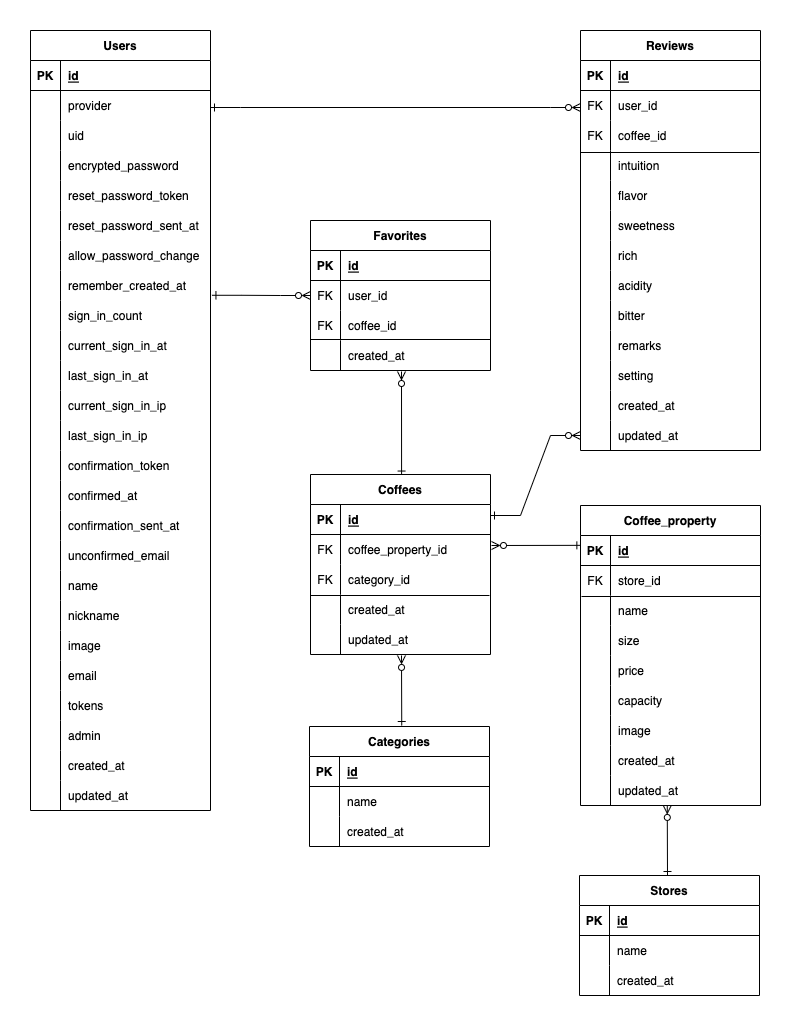
Earlier version of the draw.io export images/er2.png (tomoaki198211/this_coffee_api). Source tidied: cells renumbered, new cells last; positions are measured from the earlier drawing's top-left corner, leaving out a move shared by most shapes.
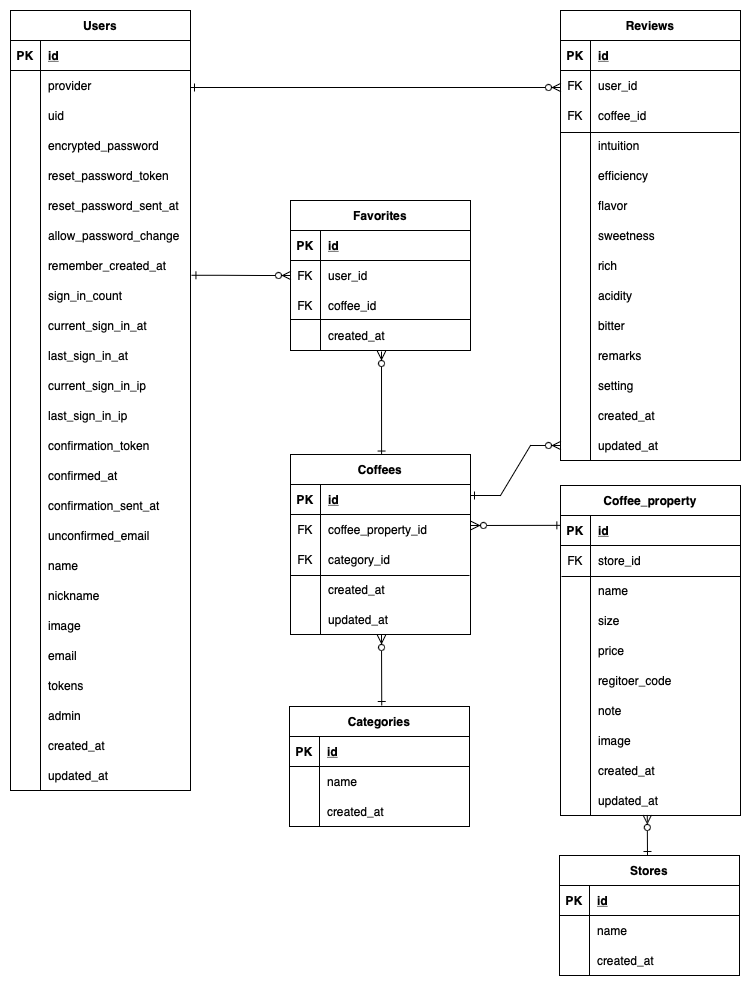
After the change.

Diff of the diagram source:
```diff
@@ -231,7 +231,7 @@
       <mxGeometry x="30" width="150" height="30" as="geometry" />
     </mxCell>
     <mxCell id="78" value="Reviews" style="shape=table;startSize=30;rowLines=0;fontStyle=1;align=center;html=0;" parent="1" vertex="1">
-      <mxGeometry x="550" width="180" height="420" as="geometry" />
+      <mxGeometry x="550" width="180" height="450" as="geometry" />
     </mxCell>
     <mxCell id="79" style="shape=tableRow;horizontal=0;startSize=0;swimlaneHead=0;swimlaneBody=0;fillColor=none;top=0;left=0;right=0;bottom=1;html=0;" parent="78" vertex="1">
       <mxGeometry y="30" width="180" height="30" as="geometry" />
@@ -269,8 +269,17 @@
     <mxCell id="90" value="intuition" style="shape=partialRectangle;fillColor=none;top=0;left=0;bottom=0;right=0;align=left;spacingLeft=6;overflow=hidden;html=0;" parent="88" vertex="1">
       <mxGeometry x="30" width="150" height="30" as="geometry" />
     </mxCell>
+    <mxCell id="206" style="shape=tableRow;horizontal=0;startSize=0;swimlaneHead=0;swimlaneBody=0;fillColor=none;top=0;left=0;right=0;bottom=0;html=0;" parent="78" vertex="1">
+      <mxGeometry y="150" width="180" height="30" as="geometry" />
+    </mxCell>
+    <mxCell id="207" style="shape=partialRectangle;fillColor=none;top=0;left=0;bottom=0;right=0;overflow=hidden;html=0;" parent="206" vertex="1">
+      <mxGeometry width="30" height="30" as="geometry" />
+    </mxCell>
+    <mxCell id="208" value="efficiency" style="shape=partialRectangle;fillColor=none;top=0;left=0;bottom=0;right=0;align=left;spacingLeft=6;overflow=hidden;html=0;" parent="206" vertex="1">
+      <mxGeometry x="30" width="150" height="30" as="geometry" />
+    </mxCell>
     <mxCell id="91" style="shape=tableRow;horizontal=0;startSize=0;swimlaneHead=0;swimlaneBody=0;fillColor=none;top=0;left=0;right=0;bottom=0;html=0;" parent="78" vertex="1">
-      <mxGeometry y="150" width="180" height="30" as="geometry" />
+      <mxGeometry y="180" width="180" height="30" as="geometry" />
     </mxCell>
     <mxCell id="92" style="shape=partialRectangle;fillColor=none;top=0;left=0;bottom=0;right=0;overflow=hidden;html=0;" parent="91" vertex="1">
       <mxGeometry width="30" height="30" as="geometry" />
@@ -279,7 +288,7 @@
       <mxGeometry x="30" width="150" height="30" as="geometry" />
     </mxCell>
     <mxCell id="94" style="shape=tableRow;horizontal=0;startSize=0;swimlaneHead=0;swimlaneBody=0;fillColor=none;top=0;left=0;right=0;bottom=0;html=0;" parent="78" vertex="1">
-      <mxGeometry y="180" width="180" height="30" as="geometry" />
+      <mxGeometry y="210" width="180" height="30" as="geometry" />
     </mxCell>
     <mxCell id="95" style="shape=partialRectangle;fillColor=none;top=0;left=0;bottom=0;right=0;overflow=hidden;html=0;" parent="94" vertex="1">
       <mxGeometry width="30" height="30" as="geometry" />
@@ -288,7 +297,7 @@
       <mxGeometry x="30" width="150" height="30" as="geometry" />
     </mxCell>
     <mxCell id="97" style="shape=tableRow;horizontal=0;startSize=0;swimlaneHead=0;swimlaneBody=0;fillColor=none;top=0;left=0;right=0;bottom=0;html=0;" parent="78" vertex="1">
-      <mxGeometry y="210" width="180" height="30" as="geometry" />
+      <mxGeometry y="240" width="180" height="30" as="geometry" />
     </mxCell>
     <mxCell id="98" style="shape=partialRectangle;fillColor=none;top=0;left=0;bottom=0;right=0;overflow=hidden;html=0;" parent="97" vertex="1">
       <mxGeometry width="30" height="30" as="geometry" />
@@ -297,7 +306,7 @@
       <mxGeometry x="30" width="150" height="30" as="geometry" />
     </mxCell>
     <mxCell id="100" style="shape=tableRow;horizontal=0;startSize=0;swimlaneHead=0;swimlaneBody=0;fillColor=none;top=0;left=0;right=0;bottom=0;html=0;" parent="78" vertex="1">
-      <mxGeometry y="240" width="180" height="30" as="geometry" />
+      <mxGeometry y="270" width="180" height="30" as="geometry" />
     </mxCell>
     <mxCell id="101" style="shape=partialRectangle;fillColor=none;top=0;left=0;bottom=0;right=0;overflow=hidden;html=0;" parent="100" vertex="1">
       <mxGeometry width="30" height="30" as="geometry" />
@@ -306,7 +315,7 @@
       <mxGeometry x="30" width="150" height="30" as="geometry" />
     </mxCell>
     <mxCell id="103" style="shape=tableRow;horizontal=0;startSize=0;swimlaneHead=0;swimlaneBody=0;fillColor=none;top=0;left=0;right=0;bottom=0;html=0;" parent="78" vertex="1">
-      <mxGeometry y="270" width="180" height="30" as="geometry" />
+      <mxGeometry y="300" width="180" height="30" as="geometry" />
     </mxCell>
     <mxCell id="104" style="shape=partialRectangle;fillColor=none;top=0;left=0;bottom=0;right=0;overflow=hidden;html=0;" parent="103" vertex="1">
       <mxGeometry width="30" height="30" as="geometry" />
@@ -315,7 +324,7 @@
       <mxGeometry x="30" width="150" height="30" as="geometry" />
     </mxCell>
     <mxCell id="106" style="shape=tableRow;horizontal=0;startSize=0;swimlaneHead=0;swimlaneBody=0;fillColor=none;top=0;left=0;right=0;bottom=0;html=0;" parent="78" vertex="1">
-      <mxGeometry y="300" width="180" height="30" as="geometry" />
+      <mxGeometry y="330" width="180" height="30" as="geometry" />
     </mxCell>
     <mxCell id="107" style="shape=partialRectangle;fillColor=none;top=0;left=0;bottom=0;right=0;overflow=hidden;html=0;" parent="106" vertex="1">
       <mxGeometry width="30" height="30" as="geometry" />
@@ -324,7 +333,7 @@
       <mxGeometry x="30" width="150" height="30" as="geometry" />
     </mxCell>
     <mxCell id="109" style="shape=tableRow;horizontal=0;startSize=0;swimlaneHead=0;swimlaneBody=0;fillColor=none;top=0;left=0;right=0;bottom=0;html=0;" parent="78" vertex="1">
-      <mxGeometry y="330" width="180" height="30" as="geometry" />
+      <mxGeometry y="360" width="180" height="30" as="geometry" />
     </mxCell>
     <mxCell id="110" style="shape=partialRectangle;fillColor=none;top=0;left=0;bottom=0;right=0;overflow=hidden;html=0;" parent="109" vertex="1">
       <mxGeometry width="30" height="30" as="geometry" />
@@ -333,7 +342,7 @@
       <mxGeometry x="30" width="150" height="30" as="geometry" />
     </mxCell>
     <mxCell id="112" style="shape=tableRow;horizontal=0;startSize=0;swimlaneHead=0;swimlaneBody=0;fillColor=none;top=0;left=0;right=0;bottom=0;html=0;" parent="78" vertex="1">
-      <mxGeometry y="360" width="180" height="30" as="geometry" />
+      <mxGeometry y="390" width="180" height="30" as="geometry" />
     </mxCell>
     <mxCell id="113" style="shape=partialRectangle;fillColor=none;top=0;left=0;bottom=0;right=0;overflow=hidden;html=0;" parent="112" vertex="1">
       <mxGeometry width="30" height="30" as="geometry" />
@@ -342,7 +351,7 @@
       <mxGeometry x="30" width="150" height="30" as="geometry" />
     </mxCell>
     <mxCell id="115" style="shape=tableRow;horizontal=0;startSize=0;swimlaneHead=0;swimlaneBody=0;fillColor=none;points=[[0,0.5],[1,0.5]];portConstraint=eastwest;top=0;left=0;right=0;bottom=0;html=0;" parent="78" vertex="1">
-      <mxGeometry y="390" width="180" height="30" as="geometry" />
+      <mxGeometry y="420" width="180" height="30" as="geometry" />
     </mxCell>
     <mxCell id="116" style="shape=partialRectangle;fillColor=none;top=0;left=0;bottom=0;right=0;overflow=hidden;html=0;" parent="115" vertex="1">
       <mxGeometry width="30" height="30" as="geometry" />
@@ -466,7 +475,7 @@
       <mxGeometry x="280" y="560" width="179" height="10" as="geometry" />
     </mxCell>
     <mxCell id="154" value="Coffee_property" style="shape=table;startSize=30;rowLines=0;fontStyle=1;align=center;html=0;" parent="1" vertex="1">
-      <mxGeometry x="550" y="475" width="180" height="300" as="geometry" />
+      <mxGeometry x="550" y="475" width="180" height="330" as="geometry" />
     </mxCell>
     <mxCell id="155" style="shape=tableRow;horizontal=0;startSize=0;swimlaneHead=0;swimlaneBody=0;fillColor=none;points=[[0,0.5],[1,0.5]];portConstraint=eastwest;top=0;left=0;right=0;bottom=1;html=0;" parent="154" vertex="1">
       <mxGeometry y="30" width="180" height="30" as="geometry" />
@@ -519,11 +528,20 @@
     <mxCell id="171" style="shape=partialRectangle;fillColor=none;top=0;left=0;bottom=0;right=0;overflow=hidden;html=0;" parent="170" vertex="1">
       <mxGeometry width="30" height="30" as="geometry" />
     </mxCell>
-    <mxCell id="172" value="capacity" style="shape=partialRectangle;fillColor=none;top=0;left=0;bottom=0;right=0;align=left;spacingLeft=6;overflow=hidden;html=0;" parent="170" vertex="1">
+    <mxCell id="172" value="regitoer_code" style="shape=partialRectangle;fillColor=none;top=0;left=0;bottom=0;right=0;align=left;spacingLeft=6;overflow=hidden;html=0;" parent="170" vertex="1">
       <mxGeometry x="30" width="150" height="30" as="geometry" />
     </mxCell>
+    <mxCell id="209" style="shape=tableRow;horizontal=0;startSize=0;swimlaneHead=0;swimlaneBody=0;fillColor=none;top=0;left=0;right=0;bottom=0;html=0;" parent="154" vertex="1">
+      <mxGeometry y="210" width="180" height="30" as="geometry" />
+    </mxCell>
+    <mxCell id="210" style="shape=partialRectangle;fillColor=none;top=0;left=0;bottom=0;right=0;overflow=hidden;html=0;" parent="209" vertex="1">
+      <mxGeometry width="30" height="30" as="geometry" />
+    </mxCell>
+    <mxCell id="211" value="note" style="shape=partialRectangle;fillColor=none;top=0;left=0;bottom=0;right=0;align=left;spacingLeft=6;overflow=hidden;html=0;" parent="209" vertex="1">
+      <mxGeometry x="30" width="150" height="30" as="geometry" />
+    </mxCell>
     <mxCell id="173" style="shape=tableRow;horizontal=0;startSize=0;swimlaneHead=0;swimlaneBody=0;fillColor=none;top=0;left=0;right=0;bottom=0;html=0;" parent="154" vertex="1">
-      <mxGeometry y="210" width="180" height="30" as="geometry" />
+      <mxGeometry y="240" width="180" height="30" as="geometry" />
     </mxCell>
     <mxCell id="174" style="shape=partialRectangle;fillColor=none;top=0;left=0;bottom=0;right=0;overflow=hidden;html=0;" parent="173" vertex="1">
       <mxGeometry width="30" height="30" as="geometry" />
@@ -532,7 +550,7 @@
       <mxGeometry x="30" width="150" height="30" as="geometry" />
     </mxCell>
     <mxCell id="176" style="shape=tableRow;horizontal=0;startSize=0;swimlaneHead=0;swimlaneBody=0;fillColor=none;top=0;left=0;right=0;bottom=0;html=0;" parent="154" vertex="1">
-      <mxGeometry y="240" width="180" height="30" as="geometry" />
+      <mxGeometry y="270" width="180" height="30" as="geometry" />
     </mxCell>
     <mxCell id="177" style="shape=partialRectangle;fillColor=none;top=0;left=0;bottom=0;right=0;overflow=hidden;html=0;" parent="176" vertex="1">
       <mxGeometry width="30" height="30" as="geometry" />
@@ -541,7 +559,7 @@
       <mxGeometry x="30" width="150" height="30" as="geometry" />
     </mxCell>
     <mxCell id="179" style="shape=tableRow;horizontal=0;startSize=0;swimlaneHead=0;swimlaneBody=0;fillColor=none;points=[[0,0.5],[1,0.5]];portConstraint=eastwest;top=0;left=0;right=0;bottom=0;html=0;" parent="154" vertex="1">
-      <mxGeometry y="270" width="180" height="30" as="geometry" />
+      <mxGeometry y="300" width="180" height="30" as="geometry" />
     </mxCell>
     <mxCell id="180" style="shape=partialRectangle;fillColor=none;top=0;left=0;bottom=0;right=0;overflow=hidden;html=0;" parent="179" vertex="1">
       <mxGeometry width="30" height="30" as="geometry" />
```
